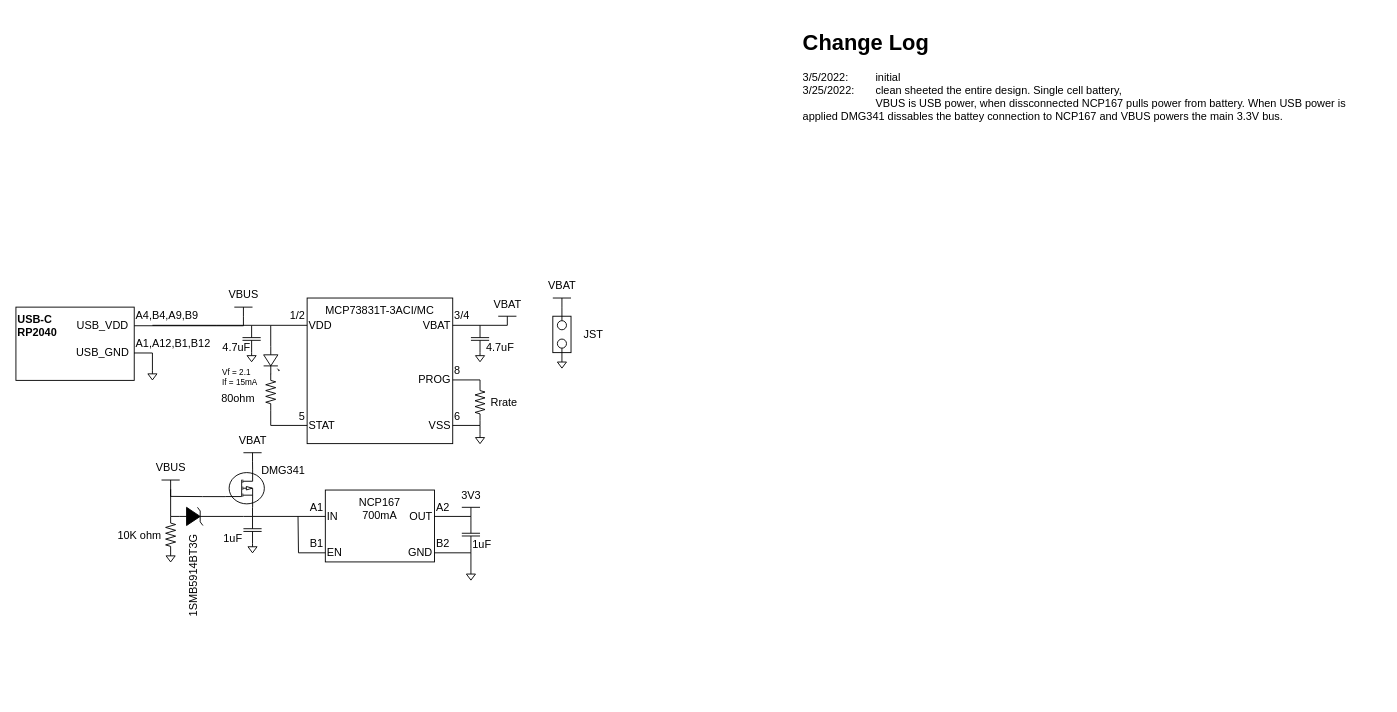
liamherlihy/pleaseGoUp keeps this draw.io diagram as page "PSU" (5 of 11) of PleaseGoUp_RP2040.drawio. Above is the earlier version. Source tidied: cells renumbered, new cells numbered last; positions are measured from the earlier drawing's top-left corner, leaving out a move shared by most shapes. Both pictures are drawn from the tidied source at 91%, with x=0, y=0 at pixel (15, 25).
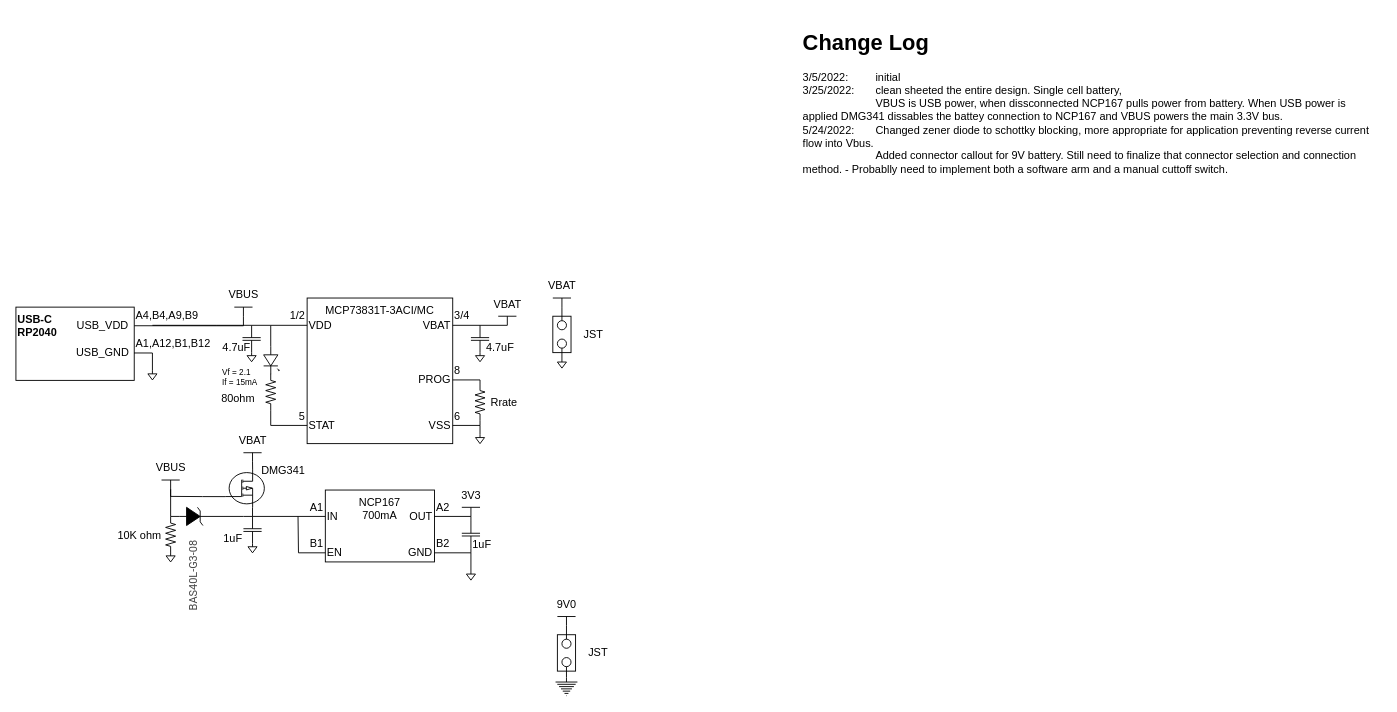
After the change.

Commit message (it also covers changes not shown here):
see rev notes for drawing. Started collecting a parts list that will need to be added to a library for Altium

What changed in the source:
```diff
@@
-    <mxCell id="6" value="&lt;h1&gt;Change Log&lt;/h1&gt;&lt;div&gt;3/5/2022: &lt;span style=&quot;white-space: pre&quot;&gt;&#9;&lt;/span&gt;initial&amp;nbsp;&lt;/div&gt;&lt;div&gt;3/25/2022:&lt;span style=&quot;white-space: pre&quot;&gt;&#9;&lt;/span&gt;clean sheeted the entire design. Single cell battery,&amp;nbsp;&lt;br&gt;&lt;span style=&quot;white-space: pre&quot;&gt;&#9;&lt;/span&gt;&lt;span style=&quot;white-space: pre&quot;&gt;&#9;&lt;/span&gt;&lt;span style=&quot;white-space: pre&quot;&gt;&#9;&lt;/span&gt;VBUS is USB power, when dissconnected NCP167 pulls power from battery. When USB power is applied DMG341 dissables the battey connection to NCP167 and VBUS powers the main 3.3V bus.&amp;nbsp;&lt;br&gt;&lt;span style=&quot;white-space: pre&quot;&gt;&#9;&lt;/span&gt;&lt;span style=&quot;white-space: pre&quot;&gt;&#9;&lt;/span&gt;&lt;span style=&quot;white-space: pre&quot;&gt;&#9;&lt;/span&gt;&lt;br&gt;&lt;/div&gt;" style="text;html=1;strokeColor=none;fillColor=none;spacing=5;spacingTop=-20;whiteSpace=wrap;overflow=hidden;rounded=0;" parent="1" vertex="1">
+    <mxCell id="6" value="&lt;h1&gt;Change Log&lt;/h1&gt;&lt;div&gt;3/5/2022: &lt;span style=&quot;white-space: pre&quot;&gt;&#9;&lt;/span&gt;initial&amp;nbsp;&lt;/div&gt;&lt;div&gt;3/25/2022:&lt;span style=&quot;white-space: pre&quot;&gt;&#9;&lt;/span&gt;clean sheeted the entire design. Single cell battery,&amp;nbsp;&lt;br&gt;&lt;span style=&quot;white-space: pre&quot;&gt;&#9;&lt;/span&gt;&lt;span style=&quot;white-space: pre&quot;&gt;&#9;&lt;/span&gt;&lt;span style=&quot;white-space: pre&quot;&gt;&#9;&lt;/span&gt;VBUS is USB power, when dissconnected NCP167 pulls power from battery. When USB power is applied DMG341 dissables the battey connection to NCP167 and VBUS powers the main 3.3V bus.&lt;br&gt;5/24/2022:&lt;span style=&quot;white-space: pre&quot;&gt;&#9;&lt;/span&gt;Changed zener diode to schottky blocking, more appropriate for application preventing reverse current flow into Vbus.&amp;nbsp;&lt;/div&gt;&lt;div&gt;&lt;span style=&quot;white-space: pre&quot;&gt;&#9;&lt;/span&gt;&lt;span style=&quot;white-space: pre&quot;&gt;&#9;&lt;/span&gt;&lt;span style=&quot;white-space: pre&quot;&gt;&#9;&lt;/span&gt;Added connector callout for 9V battery. Still need to finalize that connector selection and connection method. - Probablly need to implement both a software arm and a manual cuttoff switch.&amp;nbsp;&lt;/div&gt;&lt;div&gt;&amp;nbsp;&amp;nbsp;&lt;br&gt;&lt;span style=&quot;white-space: pre&quot;&gt;&#9;&lt;/span&gt;&lt;span style=&quot;white-space: pre&quot;&gt;&#9;&lt;/span&gt;&lt;span style=&quot;white-space: pre&quot;&gt;&#9;&lt;/span&gt;&lt;br&gt;&lt;/div&gt;" style="text;html=1;strokeColor=none;fillColor=none;spacing=5;spacingTop=-20;whiteSpace=wrap;overflow=hidden;rounded=0;" parent="1" vertex="1">
       <mxGeometry x="860" width="640" height="630" as="geometry" />
     </mxCell>
@@
-    <mxCell id="84" value="1SMB5914BT3G" style="text;html=1;strokeColor=none;fillColor=none;align=center;verticalAlign=middle;whiteSpace=wrap;rounded=0;rotation=-90;" parent="1" vertex="1">
+    <mxCell id="84" value="&lt;span style=&quot;color: rgb(68 , 68 , 68) ; font-family: &amp;#34;roboto&amp;#34; , &amp;#34;noto sans&amp;#34; , &amp;#34;arial&amp;#34; , &amp;#34;helvetica&amp;#34; , sans-serif , &amp;#34;dk&amp;#34; ; text-align: left ; background-color: rgb(255 , 255 , 255)&quot;&gt;BAS40L-G3-08&lt;/span&gt;" style="text;html=1;strokeColor=none;fillColor=none;align=center;verticalAlign=middle;whiteSpace=wrap;rounded=0;rotation=-90;" parent="1" vertex="1">
       <mxGeometry x="150" y="595" width="91.1" height="20" as="geometry" />
     </mxCell>
@@
+    <mxCell id="88" style="rounded=0;whiteSpace=wrap;html=1;" parent="1" vertex="1">
+      <mxGeometry x="595" y="670" width="20" height="40" as="geometry" />
+    </mxCell>
+    <mxCell id="89" style="ellipse;whiteSpace=wrap;html=1;align=center;" parent="1" vertex="1">
+      <mxGeometry x="600" y="695.1" width="10" height="10" as="geometry" />
+    </mxCell>
+    <mxCell id="90" style="ellipse;whiteSpace=wrap;html=1;align=center;" parent="1" vertex="1">
+      <mxGeometry x="600" y="674.9" width="10" height="10" as="geometry" />
+    </mxCell>
+    <mxCell id="91" style="edgeStyle=orthogonalEdgeStyle;rounded=0;jettySize=auto;html=1;exitX=0.5;exitY=0;exitDx=0;exitDy=0;exitPerimeter=0;entryX=0.5;entryY=1;entryDx=0;entryDy=0;endArrow=none;endFill=0;" parent="1" edge="1" target="89">
+      <mxGeometry relative="1" as="geometry">
+        <mxPoint x="605" y="717" as="sourcePoint" />
+      </mxGeometry>
+    </mxCell>
+    <mxCell id="92" style="edgeStyle=orthogonalEdgeStyle;rounded=0;jettySize=auto;html=1;exitX=0.5;exitY=0;exitDx=0;exitDy=0;exitPerimeter=0;entryX=0.5;entryY=0;entryDx=0;entryDy=0;endArrow=none;endFill=0;" parent="1" edge="1" source="93" target="90">
+      <mxGeometry relative="1" as="geometry" />
+    </mxCell>
+    <mxCell id="93" value="&lt;span style=&quot;font-size: 12px&quot;&gt;9V0&lt;/span&gt;" style="verticalLabelPosition=top;verticalAlign=bottom;shape=mxgraph.electrical.signal_sources.vdd;shadow=0;dashed=0;align=center;strokeWidth=1;fontSize=24;html=1;flipV=1;" parent="1" vertex="1">
+      <mxGeometry x="595" y="650" width="20" height="10" as="geometry" />
+    </mxCell>
+    <mxCell id="94" value="JST" style="text;html=1;strokeColor=none;fillColor=none;align=center;verticalAlign=middle;whiteSpace=wrap;rounded=0;rotation=0;" parent="1" vertex="1">
+      <mxGeometry x="625" y="680" width="30" height="20" as="geometry" />
+    </mxCell>
+    <mxCell id="95" style="verticalLabelPosition=bottom;shadow=0;dashed=0;align=center;html=1;verticalAlign=top;shape=mxgraph.electrical.signal_sources.protective_earth;" parent="1" vertex="1">
+      <mxGeometry x="593" y="717" width="24" height="20" as="geometry" />
+    </mxCell>
```
